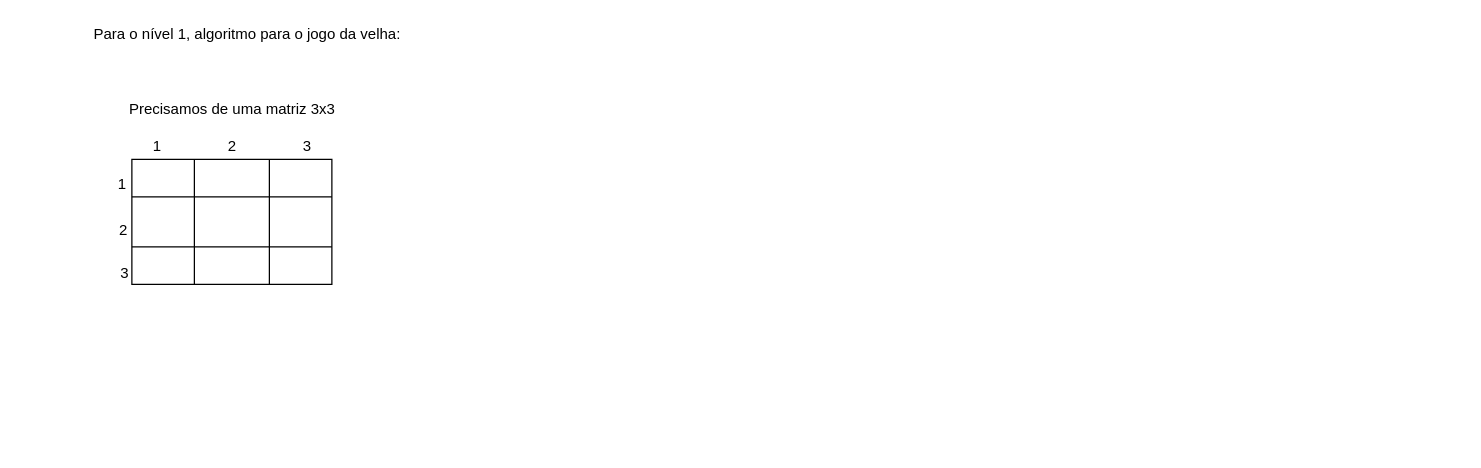
thiagolg123/JogoDaVelha keeps this draw.io diagram as Desenho/solucao_proposta_jogo_da_velha.drawio. Above is the earlier version. Source tidied: cells renumbered, new cells numbered last; positions are measured from the earlier drawing's top-left corner, leaving out a move shared by most shapes. Both pictures are drawn from the tidied source at 125%, with x=0, y=0 at pixel (84, 21).
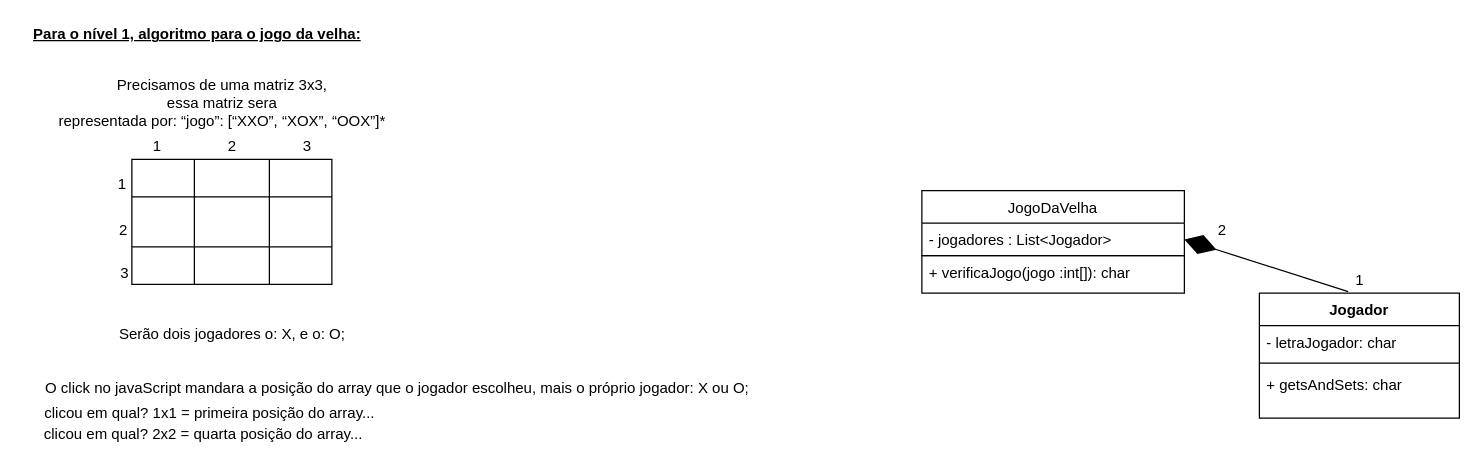
Above is the later version.

What changed in the source:
```diff
@@
+    <mxCell id="15" style="rounded=0;whiteSpace=wrap;html=1;" parent="1" vertex="1">
+      <mxGeometry x="670" y="187" width="210" height="30" as="geometry" />
+    </mxCell>
@@
-    <mxCell id="13" value="Precisamos de uma matriz 3x3" style="text;html=1;align=center;verticalAlign=middle;" parent="1" vertex="1">
-      <mxGeometry x="28" y="60" width="180" height="20" as="geometry" />
+    <mxCell id="13" value="Precisamos de uma matriz 3x3, &lt;br&gt;essa matriz sera &lt;br&gt;representada por:&amp;nbsp;“jogo”: [“XXO”, “XOX”, “OOX”]*" style="text;html=1;align=center;verticalAlign=middle;" parent="1" vertex="1">
+      <mxGeometry x="-30" y="40" width="280" height="50" as="geometry" />
     </mxCell>
-    <mxCell id="14" value="Para o nível 1, algoritmo para o jogo da velha:" style="text;html=1;align=center;verticalAlign=middle;" parent="1" vertex="1">
-      <mxGeometry width="260" height="20" as="geometry" />
+    <mxCell id="14" value="&lt;b&gt;&lt;u&gt;Para o nível 1, algoritmo para o jogo da velha:&lt;/u&gt;&lt;/b&gt;" style="text;html=1;align=center;verticalAlign=middle;" parent="1" vertex="1">
+      <mxGeometry x="-50" width="280" height="20" as="geometry" />
     </mxCell>
+    <mxCell id="16" value="Serão dois jogadores o: X, e o: O;" style="text;html=1;align=center;verticalAlign=middle;" parent="1" vertex="1">
+      <mxGeometry x="18" y="240" width="200" height="20" as="geometry" />
+    </mxCell>
+    <mxCell id="17" value="clicou em qual? 1x1 = primeira posição do array..." style="text;html=1;align=center;verticalAlign=middle;" parent="1" vertex="1">
+      <mxGeometry x="-40" y="303" width="280" height="20" as="geometry" />
+    </mxCell>
+    <mxCell id="18" value="clicou em qual? 2x2 = quarta posição do array..." style="text;html=1;align=center;verticalAlign=middle;" parent="1" vertex="1">
+      <mxGeometry x="-40" y="320" width="270" height="20" as="geometry" />
+    </mxCell>
+    <mxCell id="19" value="O click no javaScript mandara a posição do array que o jogador escolheu, mais o próprio jogador: X ou O;" style="text;html=1;align=center;verticalAlign=middle;" parent="1" vertex="1">
+      <mxGeometry x="-40" y="283" width="580" height="20" as="geometry" />
+    </mxCell>
+    <mxCell id="20" value="Jogador" style="swimlane;fontStyle=1;align=center;verticalAlign=top;horizontal=1;startSize=26;" parent="1" vertex="1">
+      <mxGeometry x="940" y="217" width="160" height="100" as="geometry" />
+    </mxCell>
+    <mxCell id="21" value="- letraJogador: char" style="text;strokeColor=none;fillColor=none;align=left;verticalAlign=top;spacingLeft=4;spacingRight=4;overflow=hidden;" parent="20" vertex="1">
+      <mxGeometry y="26" width="160" height="26" as="geometry" />
+    </mxCell>
+    <mxCell id="22" style="line;strokeWidth=1;fillColor=none;align=left;verticalAlign=middle;spacingTop=-1;spacingLeft=3;spacingRight=3;labelPosition=right;" parent="20" vertex="1">
+      <mxGeometry y="52" width="160" height="8" as="geometry" />
+    </mxCell>
+    <mxCell id="23" value="+ getsAndSets: char" style="text;strokeColor=none;fillColor=none;align=left;verticalAlign=top;spacingLeft=4;spacingRight=4;overflow=hidden;" parent="20" vertex="1">
+      <mxGeometry y="60" width="160" height="40" as="geometry" />
+    </mxCell>
+    <mxCell id="24" style="endArrow=diamondThin;endFill=1;endSize=24;html=1;exitX=0.444;exitY=-0.012;exitDx=0;exitDy=0;exitPerimeter=0;entryX=1;entryY=0.5;entryDx=0;entryDy=0;" parent="1" edge="1" source="20" target="29">
+      <mxGeometry relative="1" as="geometry" />
+    </mxCell>
+    <mxCell id="25" value="2" style="text;html=1;align=center;verticalAlign=middle;" parent="1" vertex="1">
+      <mxGeometry x="900" y="157" width="20" height="20" as="geometry" />
+    </mxCell>
+    <mxCell id="26" value="1" style="text;html=1;align=center;verticalAlign=middle;" parent="1" vertex="1">
+      <mxGeometry x="1010" y="197" width="20" height="20" as="geometry" />
+    </mxCell>
+    <mxCell id="27" value="+ verificaJogo(jogo :int[]): char" style="text;strokeColor=none;fillColor=none;align=left;verticalAlign=top;spacingLeft=4;spacingRight=4;overflow=hidden;" parent="1" vertex="1">
+      <mxGeometry x="670" y="187" width="210" height="26" as="geometry" />
+    </mxCell>
+    <mxCell id="28" value="JogoDaVelha" style="swimlane;fontStyle=0;horizontal=1;startSize=26;fillColor=none;" parent="1" vertex="1">
+      <mxGeometry x="670" y="135" width="210" height="52" as="geometry" />
+    </mxCell>
+    <mxCell id="29" value="- jogadores : List&lt;Jogador&gt;" style="text;strokeColor=none;fillColor=none;align=left;verticalAlign=top;spacingLeft=4;spacingRight=4;overflow=hidden;points=[[0,0.5],[1,0.5]];portConstraint=eastwest;" parent="28" vertex="1">
+      <mxGeometry y="26" width="210" height="26" as="geometry" />
+    </mxCell>
```
